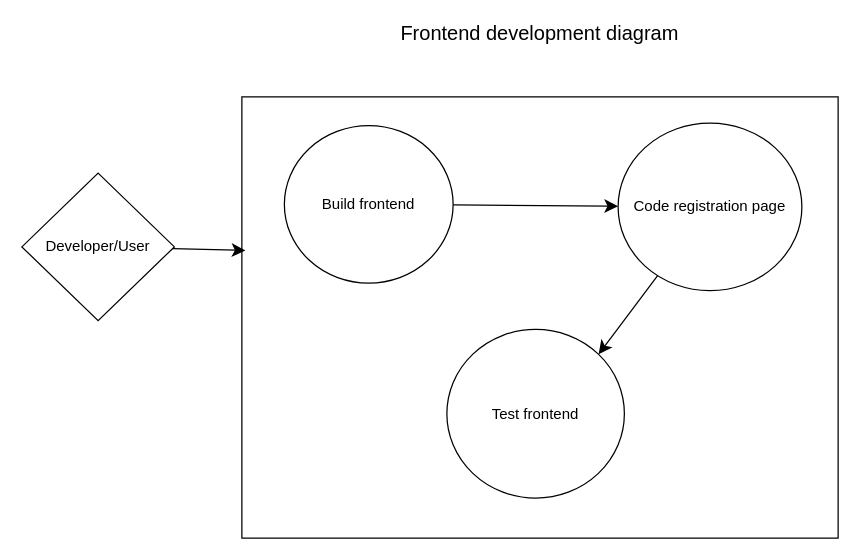
Shifa1002/Equip9-Assignment- keeps this draw.io diagram as Frontend development diagram.drawio. Above is the earlier version. Source tidied: cells renumbered, new cells numbered last; positions are measured from the earlier drawing's top-left corner, leaving out a move shared by most shapes. Both pictures are drawn from the tidied source at 125%, with x=0, y=0 at pixel (21, 26).
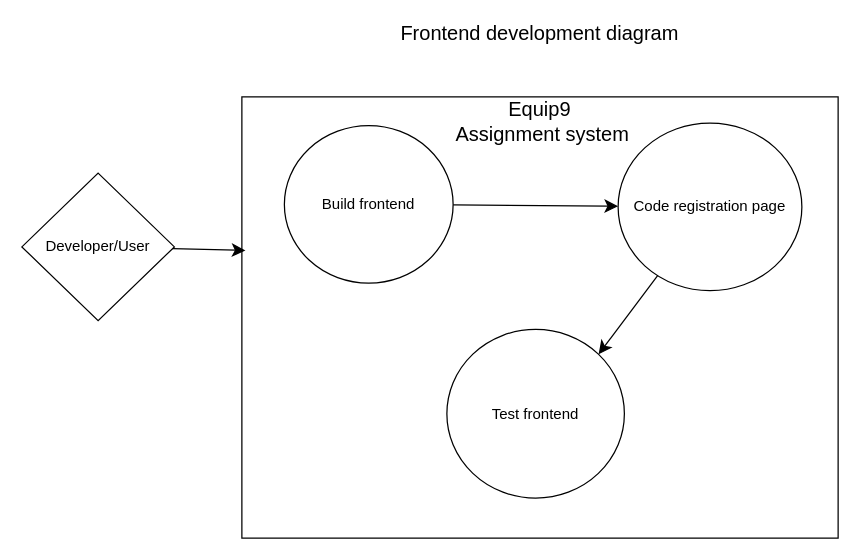
After the change.

Diff of the diagram source:
```diff
@@
 <mxGraphModel>
   <root>
     <mxCell id="0" />
     <mxCell id="1" parent="0" />
     <mxCell id="2" value="Frontend development diagram&lt;div&gt;&lt;br&gt;&lt;/div&gt;" style="text;strokeColor=none;fillColor=none;html=1;align=center;verticalAlign=middle;whiteSpace=wrap;rounded=0;fontSize=16;" parent="1" vertex="1">
       <mxGeometry x="219" width="391" height="30" as="geometry" />
     </mxCell>
     <mxCell id="3" style="rounded=0;whiteSpace=wrap;html=1;" parent="1" vertex="1">
       <mxGeometry x="176" y="56" width="477" height="353" as="geometry" />
     </mxCell>
     <mxCell id="4" style="edgeStyle=none;curved=1;rounded=0;jettySize=auto;html=1;fontSize=12;startSize=8;endSize=8;entryX=0.006;entryY=0.348;entryDx=0;entryDy=0;entryPerimeter=0;" parent="1" edge="1" source="5" target="3">
       <mxGeometry relative="1" as="geometry" />
     </mxCell>
     <mxCell id="5" value="Developer/User" style="rhombus;whiteSpace=wrap;html=1;" parent="1" vertex="1">
       <mxGeometry y="117" width="122" height="118" as="geometry" />
     </mxCell>
     <mxCell id="6" style="edgeStyle=none;curved=1;rounded=0;jettySize=auto;html=1;fontSize=12;startSize=8;endSize=8;" parent="1" edge="1" source="7" target="9">
       <mxGeometry relative="1" as="geometry" />
     </mxCell>
     <mxCell id="7" value="Build frontend" style="ellipse;whiteSpace=wrap;html=1;" parent="1" vertex="1">
       <mxGeometry x="210" y="79" width="135" height="126" as="geometry" />
     </mxCell>
     <mxCell id="8" style="edgeStyle=none;curved=1;rounded=0;jettySize=auto;html=1;entryX=1;entryY=0;entryDx=0;entryDy=0;fontSize=12;startSize=8;endSize=8;" parent="1" edge="1" source="9" target="10">
       <mxGeometry relative="1" as="geometry" />
     </mxCell>
     <mxCell id="9" value="Code registration page" style="ellipse;whiteSpace=wrap;html=1;" parent="1" vertex="1">
       <mxGeometry x="477" y="77" width="147" height="134" as="geometry" />
     </mxCell>
     <mxCell id="10" value="Test frontend" style="ellipse;whiteSpace=wrap;html=1;" parent="1" vertex="1">
       <mxGeometry x="340" y="242" width="142" height="135" as="geometry" />
     </mxCell>
+    <mxCell id="11" value="Equip9&lt;div&gt;&amp;nbsp;Assignment system&lt;/div&gt;" style="text;strokeColor=none;fillColor=none;html=1;align=center;verticalAlign=middle;whiteSpace=wrap;rounded=0;fontSize=16;" parent="1" vertex="1">
+      <mxGeometry x="334" y="61" width="161" height="30" as="geometry" />
+    </mxCell>
   </root>
 </mxGraphModel>
```
